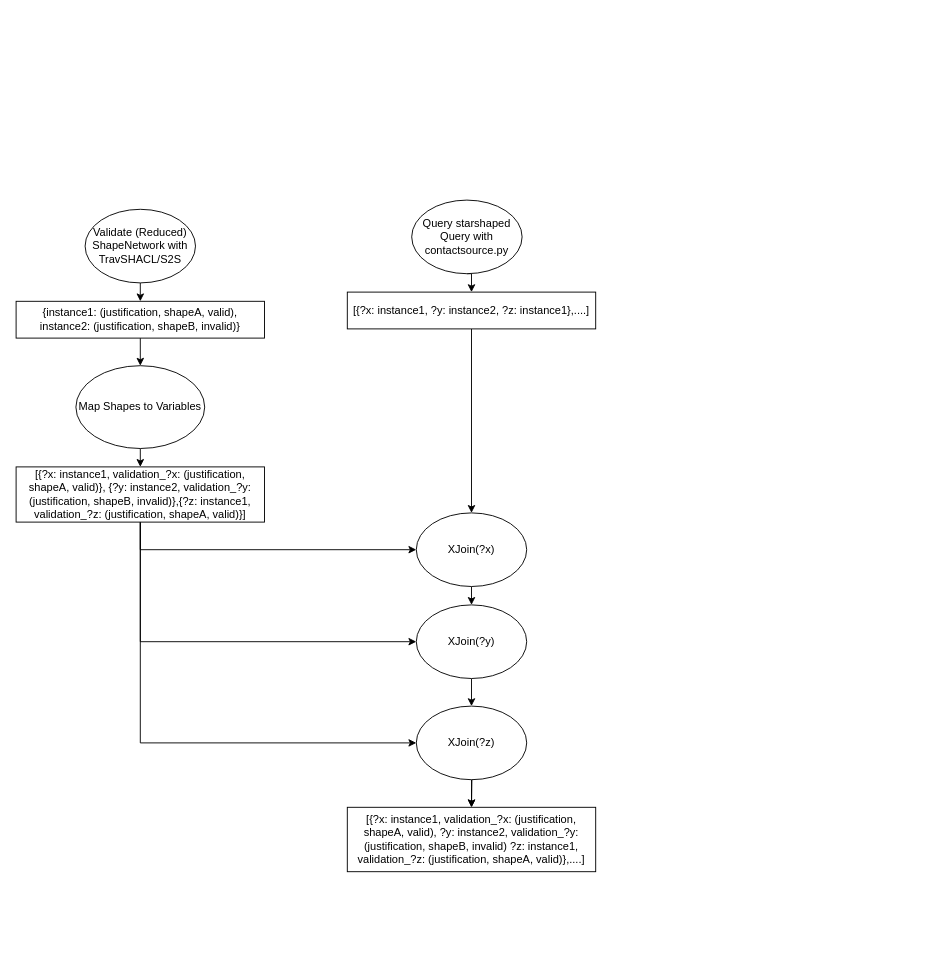
Above: docs/XJoin Procedure_new.drawio in SDM-TIB/shaclAPI (draw.io), before the change. Source tidied: cells renumbered, new cells numbered last; positions are measured from the earlier drawing's top-left corner, leaving out a move shared by most shapes. Both pictures are drawn from the tidied source at 92%, with x=0, y=0 at pixel (16, 200).
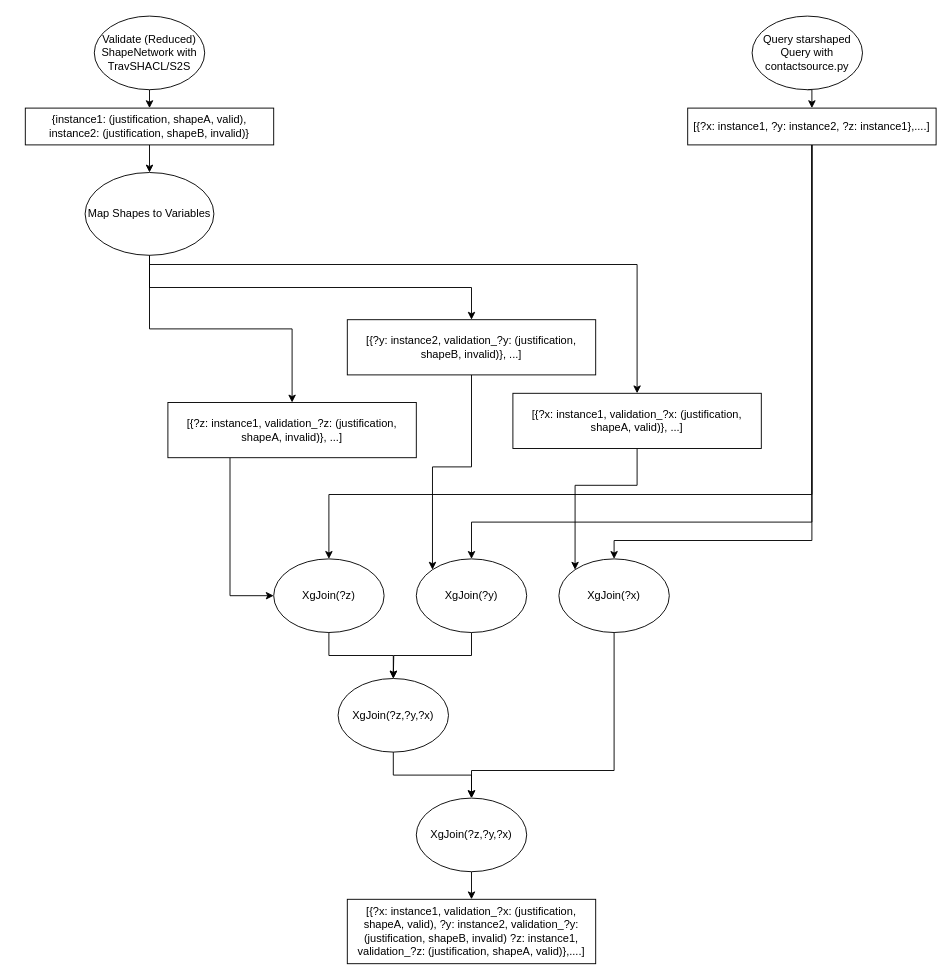
The same page after the edit.

Commit message (it also covers changes not shown here):
Fixed a bug where a rewritten Query contains prefixes not specified.

Change to the diagram source:
```diff
@@
-    <mxCell id="2" style="edgeStyle=orthogonalEdgeStyle;rounded=0;jettySize=auto;html=1;exitX=0.5;exitY=1;exitDx=0;exitDy=0;entryX=0.5;entryY=0;entryDx=0;entryDy=0;" parent="1" edge="1" source="3" target="17">
-      <mxGeometry relative="1" as="geometry" />
+    <mxCell id="2" style="edgeStyle=orthogonalEdgeStyle;rounded=0;jettySize=auto;html=1;exitX=0.5;exitY=1;exitDx=0;exitDy=0;entryX=0.5;entryY=0;entryDx=0;entryDy=0;" parent="1" edge="1" source="3" target="33">
+      <mxGeometry relative="1" as="geometry">
+        <Array as="points">
+          <mxPoint x="865" y="320" />
+          <mxPoint x="340" y="320" />
+        </Array>
+      </mxGeometry>
     </mxCell>
+    <mxCell id="24" style="edgeStyle=orthogonalEdgeStyle;rounded=0;jettySize=auto;html=1;exitX=0.5;exitY=1;exitDx=0;exitDy=0;" parent="1" edge="1" source="3" target="31">
+      <mxGeometry relative="1" as="geometry">
+        <Array as="points">
+          <mxPoint x="865" y="350" />
+          <mxPoint x="495" y="350" />
+        </Array>
+      </mxGeometry>
+    </mxCell>
+    <mxCell id="25" style="edgeStyle=orthogonalEdgeStyle;rounded=0;jettySize=auto;html=1;exitX=0.5;exitY=1;exitDx=0;exitDy=0;" parent="1" edge="1" source="3" target="29">
+      <mxGeometry relative="1" as="geometry">
+        <Array as="points">
+          <mxPoint x="865" y="370" />
+          <mxPoint x="650" y="370" />
+        </Array>
+      </mxGeometry>
+    </mxCell>
     <mxCell id="3" value="[{?x: instance1, ?y: instance2, ?z: instance1},....]" style="rounded=0;whiteSpace=wrap;html=1;" parent="1" vertex="1">
-      <mxGeometry x="360" y="100" width="270" height="40" as="geometry" />
+      <mxGeometry x="730" y="-100" width="270" height="40" as="geometry" />
     </mxCell>
@@
     <mxCell id="5" value="Validate (Reduced) ShapeNetwork with TravSHACL/S2S " style="ellipse;whiteSpace=wrap;html=1;" parent="1" vertex="1">
-      <mxGeometry x="75" y="10" width="120" height="80" as="geometry" />
+      <mxGeometry x="85" y="-200" width="120" height="80" as="geometry" />
     </mxCell>
-    <mxCell id="6" style="edgeStyle=orthogonalEdgeStyle;rounded=0;jettySize=auto;html=1;exitX=0.5;exitY=1;exitDx=0;exitDy=0;entryX=0;entryY=0.5;entryDx=0;entryDy=0;" parent="1" edge="1" source="9" target="19">
-      <mxGeometry relative="1" as="geometry" />
-    </mxCell>
-    <mxCell id="7" style="edgeStyle=orthogonalEdgeStyle;rounded=0;jettySize=auto;html=1;exitX=0.5;exitY=1;exitDx=0;exitDy=0;" parent="1" edge="1" source="9" target="17">
-      <mxGeometry relative="1" as="geometry" />
-    </mxCell>
-    <mxCell id="8" style="edgeStyle=orthogonalEdgeStyle;rounded=0;jettySize=auto;html=1;exitX=0.5;exitY=1;exitDx=0;exitDy=0;entryX=0;entryY=0.5;entryDx=0;entryDy=0;" parent="1" edge="1" source="9" target="23">
-      <mxGeometry relative="1" as="geometry" />
-    </mxCell>
-    <mxCell id="9" value="[{?x: instance1, validation_?x: (justification, shapeA, valid)}, {?y: instance2, validation_?y: (justification, shapeB, invalid)},{?z: instance1, validation_?z: (justification, shapeA, valid)}]" style="rounded=0;whiteSpace=wrap;html=1;" parent="1" vertex="1">
-      <mxGeometry y="290" width="270" height="60" as="geometry" />
-    </mxCell>
-    <mxCell id="10" style="edgeStyle=orthogonalEdgeStyle;rounded=0;jettySize=auto;html=1;exitX=0.5;exitY=1;exitDx=0;exitDy=0;entryX=0.5;entryY=0;entryDx=0;entryDy=0;" parent="1" edge="1" source="11" target="9">
+    <mxCell id="10" style="edgeStyle=orthogonalEdgeStyle;rounded=0;jettySize=auto;html=1;exitX=0.5;exitY=1;exitDx=0;exitDy=0;entryX=0.5;entryY=0;entryDx=0;entryDy=0;" parent="1" edge="1" source="11" target="40">
       <mxGeometry relative="1" as="geometry" />
     </mxCell>
+    <mxCell id="26" style="edgeStyle=orthogonalEdgeStyle;rounded=0;jettySize=auto;html=1;exitX=0.5;exitY=1;exitDx=0;exitDy=0;" parent="1" edge="1" source="11" target="38">
+      <mxGeometry relative="1" as="geometry" />
+    </mxCell>
+    <mxCell id="27" style="edgeStyle=orthogonalEdgeStyle;rounded=0;jettySize=auto;html=1;exitX=0.5;exitY=1;exitDx=0;exitDy=0;" parent="1" edge="1" source="11" target="42">
+      <mxGeometry relative="1" as="geometry">
+        <Array as="points">
+          <mxPoint x="145" y="70" />
+          <mxPoint x="675" y="70" />
+        </Array>
+      </mxGeometry>
+    </mxCell>
     <mxCell id="11" value="Map Shapes to Variables" style="ellipse;whiteSpace=wrap;html=1;" parent="1" vertex="1">
-      <mxGeometry x="65" y="180" width="140" height="90" as="geometry" />
+      <mxGeometry x="75" y="-30" width="140" height="90" as="geometry" />
     </mxCell>
@@
     <mxCell id="13" value="{instance1: (justification, shapeA, valid), instance2: (justification, shapeB, invalid)}" style="rounded=0;whiteSpace=wrap;html=1;" parent="1" vertex="1">
-      <mxGeometry y="110" width="270" height="40" as="geometry" />
+      <mxGeometry x="10" y="-100" width="270" height="40" as="geometry" />
     </mxCell>
@@
     <mxCell id="15" value="Query starshaped Query with contactsource.py" style="ellipse;whiteSpace=wrap;html=1;" parent="1" vertex="1">
-      <mxGeometry x="430" width="120" height="80" as="geometry" />
+      <mxGeometry x="800" y="-200" width="120" height="80" as="geometry" />
     </mxCell>
-    <mxCell id="16" style="edgeStyle=orthogonalEdgeStyle;rounded=0;jettySize=auto;html=1;exitX=0.5;exitY=1;exitDx=0;exitDy=0;entryX=0.5;entryY=0;entryDx=0;entryDy=0;" parent="1" edge="1" source="17" target="19">
-      <mxGeometry relative="1" as="geometry" />
-    </mxCell>
-    <mxCell id="17" value="XJoin(?x)" style="ellipse;whiteSpace=wrap;html=1;" parent="1" vertex="1">
-      <mxGeometry x="435" y="340" width="120" height="80" as="geometry" />
-    </mxCell>
-    <mxCell id="18" style="edgeStyle=orthogonalEdgeStyle;rounded=0;jettySize=auto;html=1;exitX=0.5;exitY=1;exitDx=0;exitDy=0;entryX=0.5;entryY=0;entryDx=0;entryDy=0;" parent="1" edge="1" source="19" target="23">
-      <mxGeometry relative="1" as="geometry" />
-    </mxCell>
-    <mxCell id="19" value="XJoin(?y)" style="ellipse;whiteSpace=wrap;html=1;" parent="1" vertex="1">
-      <mxGeometry x="435" y="440" width="120" height="80" as="geometry" />
-    </mxCell>
-    <mxCell id="20" style="edgeStyle=orthogonalEdgeStyle;rounded=0;jettySize=auto;html=1;exitX=0.5;exitY=1;exitDx=0;exitDy=0;entryX=0.5;entryY=0;entryDx=0;entryDy=0;" parent="1" edge="1" target="21">
-      <mxGeometry relative="1" as="geometry">
-        <mxPoint x="495" y="590" as="sourcePoint" />
-      </mxGeometry>
+    <mxCell id="20" style="edgeStyle=orthogonalEdgeStyle;rounded=0;jettySize=auto;html=1;exitX=0.5;exitY=1;exitDx=0;exitDy=0;entryX=0.5;entryY=0;entryDx=0;entryDy=0;" parent="1" edge="1" source="36" target="21">
+      <mxGeometry relative="1" as="geometry" />
     </mxCell>
     <mxCell id="21" value="[{?x: instance1, validation_?x: (justification, shapeA, valid), ?y: instance2, validation_?y: (justification, shapeB, invalid) ?z: instance1, validation_?z: (justification, shapeA, valid)},....]" style="rounded=0;whiteSpace=wrap;html=1;" parent="1" vertex="1">
-      <mxGeometry x="360" y="660" width="270" height="70" as="geometry" />
+      <mxGeometry x="360" y="760" width="270" height="70" as="geometry" />
     </mxCell>
-    <mxCell id="22" style="edgeStyle=orthogonalEdgeStyle;rounded=0;jettySize=auto;html=1;exitX=0.5;exitY=1;exitDx=0;exitDy=0;" parent="1" edge="1" source="23" target="21">
-      <mxGeometry relative="1" as="geometry" />
-    </mxCell>
-    <mxCell id="23" value="XJoin(?z)" style="ellipse;whiteSpace=wrap;html=1;" parent="1" vertex="1">
-      <mxGeometry x="435" y="550" width="120" height="80" as="geometry" />
-    </mxCell>
+    <mxCell id="28" style="edgeStyle=orthogonalEdgeStyle;rounded=0;jettySize=auto;html=1;exitX=0.5;exitY=1;exitDx=0;exitDy=0;entryX=0.5;entryY=0;entryDx=0;entryDy=0;" parent="1" edge="1" source="29" target="36">
+      <mxGeometry relative="1" as="geometry">
+        <Array as="points">
+          <mxPoint x="650" y="620" />
+          <mxPoint x="495" y="620" />
+        </Array>
+      </mxGeometry>
+    </mxCell>
+    <mxCell id="29" value="XgJoin(?x)" style="ellipse;whiteSpace=wrap;html=1;" parent="1" vertex="1">
+      <mxGeometry x="590" y="390" width="120" height="80" as="geometry" />
+    </mxCell>
+    <mxCell id="30" style="edgeStyle=orthogonalEdgeStyle;rounded=0;jettySize=auto;html=1;exitX=0.5;exitY=1;exitDx=0;exitDy=0;" parent="1" edge="1" source="31">
+      <mxGeometry relative="1" as="geometry">
+        <mxPoint x="410" y="520" as="targetPoint" />
+      </mxGeometry>
+    </mxCell>
+    <mxCell id="31" value="XgJoin(?y)" style="ellipse;whiteSpace=wrap;html=1;" parent="1" vertex="1">
+      <mxGeometry x="435" y="390" width="120" height="80" as="geometry" />
+    </mxCell>
+    <mxCell id="32" style="edgeStyle=orthogonalEdgeStyle;rounded=0;jettySize=auto;html=1;exitX=0.5;exitY=1;exitDx=0;exitDy=0;entryX=0.5;entryY=0;entryDx=0;entryDy=0;" parent="1" edge="1" source="33" target="35">
+      <mxGeometry relative="1" as="geometry" />
+    </mxCell>
+    <mxCell id="33" value="XgJoin(?z)" style="ellipse;whiteSpace=wrap;html=1;" parent="1" vertex="1">
+      <mxGeometry x="280" y="390" width="120" height="80" as="geometry" />
+    </mxCell>
+    <mxCell id="34" style="edgeStyle=orthogonalEdgeStyle;rounded=0;jettySize=auto;html=1;exitX=0.5;exitY=1;exitDx=0;exitDy=0;entryX=0.5;entryY=0;entryDx=0;entryDy=0;" parent="1" edge="1" source="35" target="36">
+      <mxGeometry relative="1" as="geometry" />
+    </mxCell>
+    <mxCell id="35" value="XgJoin(?z,?y,?x)" style="ellipse;whiteSpace=wrap;html=1;" parent="1" vertex="1">
+      <mxGeometry x="350" y="520" width="120" height="80" as="geometry" />
+    </mxCell>
+    <mxCell id="36" value="XgJoin(?z,?y,?x)" style="ellipse;whiteSpace=wrap;html=1;" parent="1" vertex="1">
+      <mxGeometry x="435" y="650" width="120" height="80" as="geometry" />
+    </mxCell>
+    <mxCell id="37" style="edgeStyle=orthogonalEdgeStyle;rounded=0;jettySize=auto;html=1;exitX=0.5;exitY=1;exitDx=0;exitDy=0;entryX=0;entryY=0;entryDx=0;entryDy=0;" parent="1" edge="1" source="38" target="31">
+      <mxGeometry relative="1" as="geometry" />
+    </mxCell>
+    <mxCell id="38" value="[{?y: instance2, validation_?y: (justification, shapeB, invalid)}, ...]" style="rounded=0;whiteSpace=wrap;html=1;" parent="1" vertex="1">
+      <mxGeometry x="360" y="130" width="270" height="60" as="geometry" />
+    </mxCell>
+    <mxCell id="39" style="edgeStyle=orthogonalEdgeStyle;rounded=0;jettySize=auto;html=1;exitX=0.25;exitY=1;exitDx=0;exitDy=0;entryX=0;entryY=0.5;entryDx=0;entryDy=0;" parent="1" edge="1" source="40" target="33">
+      <mxGeometry relative="1" as="geometry" />
+    </mxCell>
+    <mxCell id="40" value="[{?z: instance1, validation_?z: (justification, shapeA, invalid)}, ...]" style="rounded=0;whiteSpace=wrap;html=1;" parent="1" vertex="1">
+      <mxGeometry x="165" y="220" width="270" height="60" as="geometry" />
+    </mxCell>
+    <mxCell id="41" style="edgeStyle=orthogonalEdgeStyle;rounded=0;jettySize=auto;html=1;exitX=0.5;exitY=1;exitDx=0;exitDy=0;entryX=0;entryY=0;entryDx=0;entryDy=0;" parent="1" edge="1" source="42" target="29">
+      <mxGeometry relative="1" as="geometry">
+        <Array as="points">
+          <mxPoint x="675" y="310" />
+          <mxPoint x="608" y="310" />
+        </Array>
+      </mxGeometry>
+    </mxCell>
+    <mxCell id="42" value="[{?x: instance1, validation_?x: (justification, shapeA, valid)}, ...]" style="rounded=0;whiteSpace=wrap;html=1;" parent="1" vertex="1">
+      <mxGeometry x="540" y="210" width="270" height="60" as="geometry" />
+    </mxCell>
```
